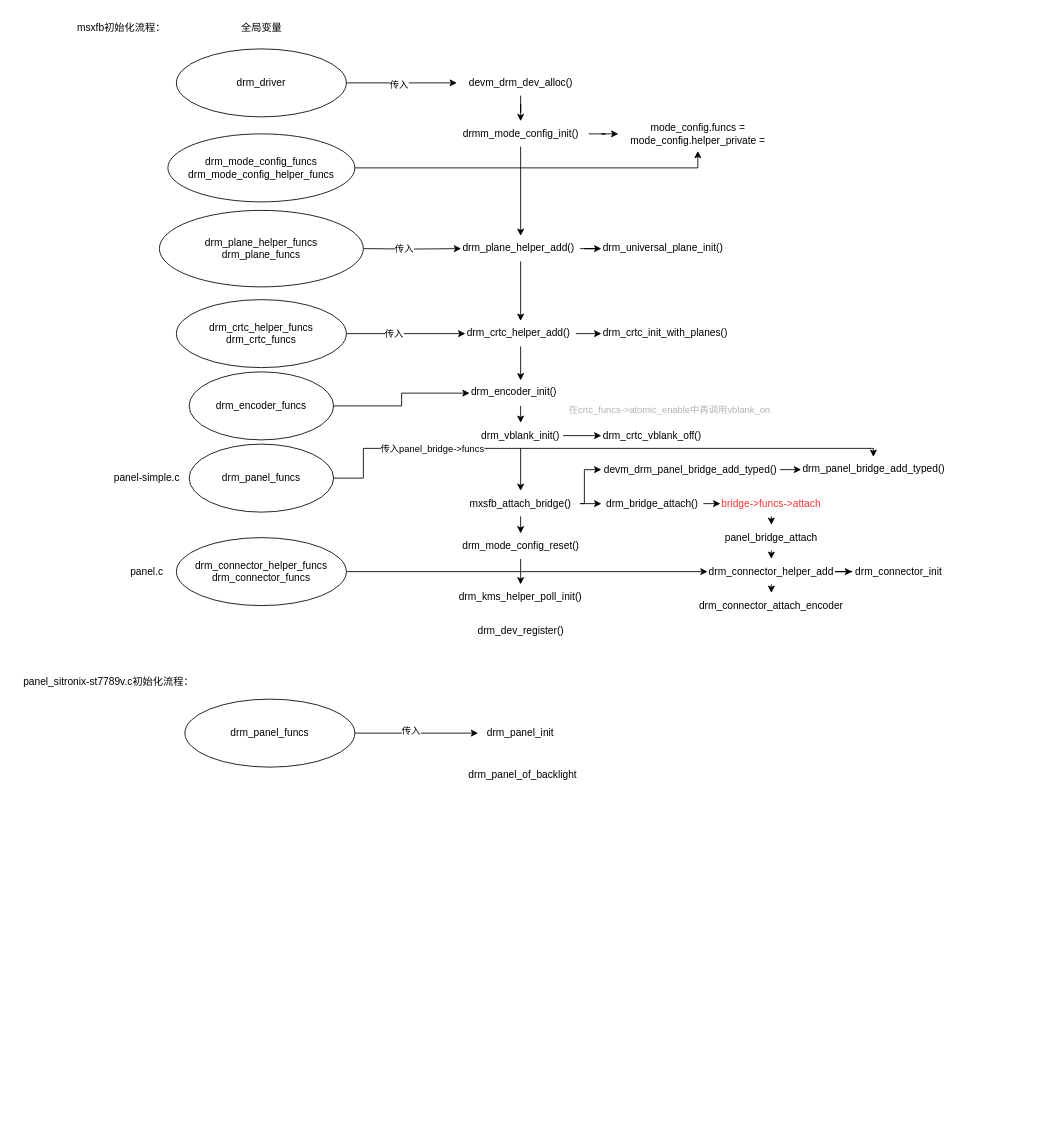
Before: drm_driver_init.drawio in YC-Xiang/draw.io, a draw.io diagram. Source tidied: cells renumbered, new cells numbered last; positions are measured from the earlier drawing's top-left corner, leaving out a move shared by most shapes. Both pictures are drawn from the tidied source at 85%, with x=0, y=0 at pixel (14, 14).
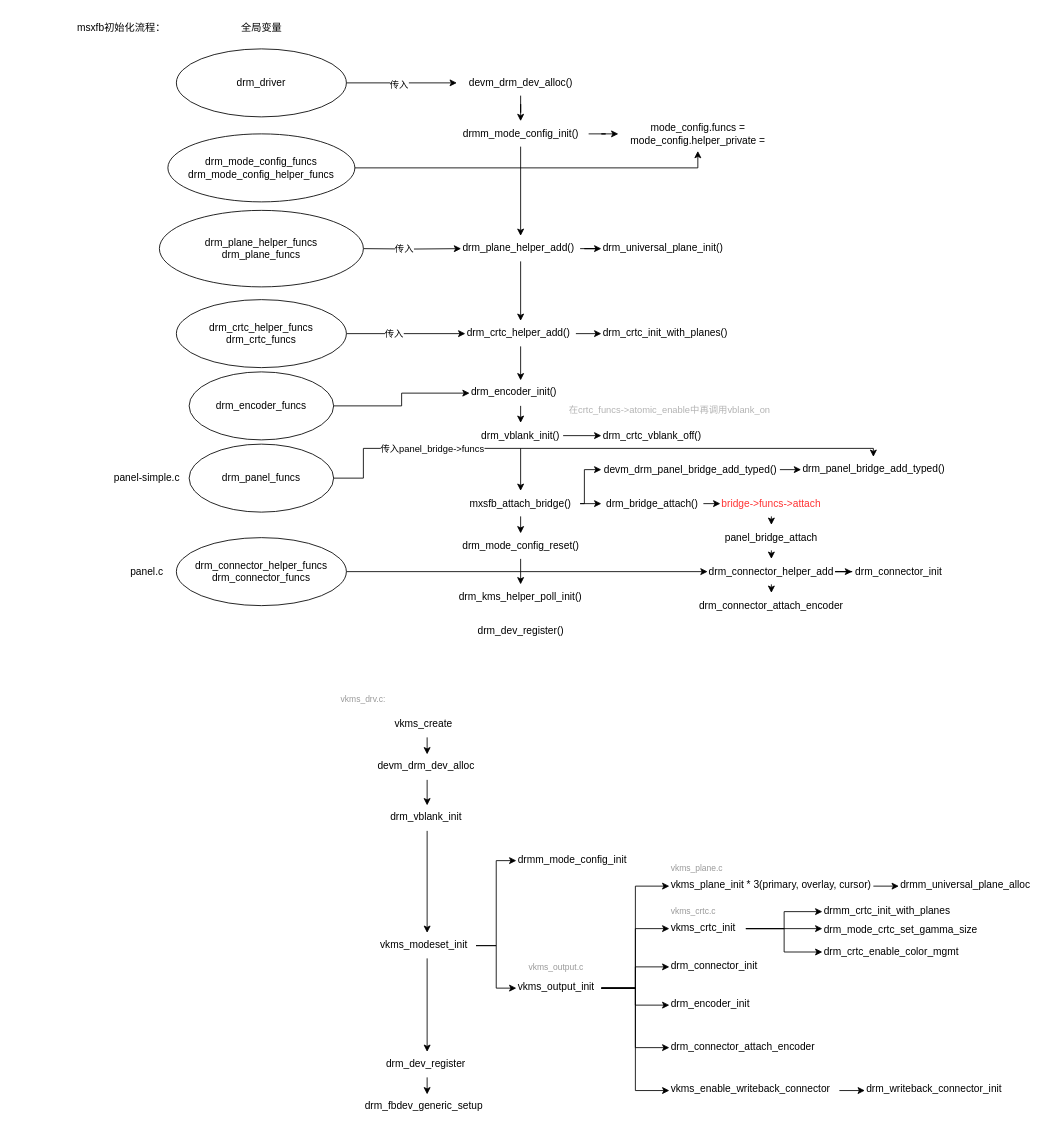
The same diagram, later.

The edit, as a diff of the source:
```diff
@@
-    <mxCell id="56" value="panel_sitronix-st7789v.c初始化流程：" style="text;html=1;align=center;verticalAlign=middle;strokeColor=none;fillColor=none;" parent="1" vertex="1">
-      <mxGeometry y="770" width="220" height="30" as="geometry" />
-    </mxCell>
-    <mxCell id="57" value="drm_panel_init" style="text;whiteSpace=wrap;html=1;align=center;verticalAlign=middle;" parent="1" vertex="1">
-      <mxGeometry x="545" y="830" width="100" height="30" as="geometry" />
-    </mxCell>
-    <mxCell id="58" value="drm_panel_of_backlight" style="text;whiteSpace=wrap;html=1;" parent="1" vertex="1">
-      <mxGeometry x="532" y="880" width="136" height="30" as="geometry" />
-    </mxCell>
-    <mxCell id="59" style="edgeStyle=orthogonalEdgeStyle;rounded=0;jettySize=auto;html=1;entryX=0;entryY=0.5;entryDx=0;entryDy=0;" parent="1" edge="1" source="61" target="57">
-      <mxGeometry relative="1" as="geometry" />
-    </mxCell>
-    <mxCell id="60" value="传入" style="edgeLabel;html=1;align=center;verticalAlign=middle;" parent="59" vertex="1">
-      <mxGeometry x="-0.11" y="3" relative="1" as="geometry" />
-    </mxCell>
-    <mxCell id="61" value="drm_panel_funcs&lt;div&gt;&lt;/div&gt;" style="ellipse;whiteSpace=wrap;html=1;" parent="1" vertex="1">
-      <mxGeometry x="200" y="805" width="200" height="80" as="geometry" />
-    </mxCell>
@@
+    <mxCell id="73" value="&lt;font color=&quot;#999999&quot; style=&quot;font-size: 10px;&quot;&gt;vkms_drv.c:&lt;/font&gt;" style="text;html=1;align=center;verticalAlign=middle;whiteSpace=wrap;rounded=0;" parent="1" vertex="1">
+      <mxGeometry x="380" y="790" width="60" height="30" as="geometry" />
+    </mxCell>
+    <mxCell id="74" style="edgeStyle=orthogonalEdgeStyle;rounded=0;jettySize=auto;html=1;exitX=0.5;exitY=1;exitDx=0;exitDy=0;entryX=0.5;entryY=0;entryDx=0;entryDy=0;" parent="1" edge="1" source="75" target="77">
+      <mxGeometry relative="1" as="geometry" />
+    </mxCell>
+    <mxCell id="75" value="vkms_create" style="text;whiteSpace=wrap;html=1;" parent="1" vertex="1">
+      <mxGeometry x="445" y="820" width="80" height="30" as="geometry" />
+    </mxCell>
+    <mxCell id="76" style="edgeStyle=orthogonalEdgeStyle;rounded=0;jettySize=auto;html=1;exitX=0.5;exitY=1;exitDx=0;exitDy=0;entryX=0.5;entryY=0;entryDx=0;entryDy=0;" parent="1" edge="1" source="77" target="79">
+      <mxGeometry relative="1" as="geometry" />
+    </mxCell>
+    <mxCell id="77" value="devm_drm_dev_alloc" style="text;whiteSpace=wrap;html=1;" parent="1" vertex="1">
+      <mxGeometry x="425" y="870" width="120" height="30" as="geometry" />
+    </mxCell>
+    <mxCell id="78" style="edgeStyle=orthogonalEdgeStyle;rounded=0;jettySize=auto;html=1;exitX=0.5;exitY=1;exitDx=0;exitDy=0;entryX=0.5;entryY=0;entryDx=0;entryDy=0;" parent="1" edge="1" source="79" target="83">
+      <mxGeometry relative="1" as="geometry" />
+    </mxCell>
+    <mxCell id="79" value="drm_vblank_init" style="text;whiteSpace=wrap;html=1;" parent="1" vertex="1">
+      <mxGeometry x="440" y="930" width="90" height="30" as="geometry" />
+    </mxCell>
+    <mxCell id="80" style="edgeStyle=orthogonalEdgeStyle;rounded=0;jettySize=auto;html=1;exitX=0.5;exitY=1;exitDx=0;exitDy=0;entryX=0.5;entryY=0;entryDx=0;entryDy=0;" parent="1" edge="1" source="83" target="85">
+      <mxGeometry relative="1" as="geometry" />
+    </mxCell>
+    <mxCell id="81" style="edgeStyle=orthogonalEdgeStyle;rounded=0;jettySize=auto;html=1;exitX=1;exitY=0.5;exitDx=0;exitDy=0;entryX=0;entryY=0.5;entryDx=0;entryDy=0;" parent="1" edge="1" source="83" target="87">
+      <mxGeometry relative="1" as="geometry" />
+    </mxCell>
+    <mxCell id="82" style="edgeStyle=orthogonalEdgeStyle;rounded=0;jettySize=auto;html=1;exitX=1;exitY=0.5;exitDx=0;exitDy=0;entryX=0;entryY=0.5;entryDx=0;entryDy=0;" parent="1" edge="1" source="83" target="94">
+      <mxGeometry relative="1" as="geometry" />
+    </mxCell>
+    <mxCell id="83" value="vkms_modeset_init" style="text;whiteSpace=wrap;html=1;" parent="1" vertex="1">
+      <mxGeometry x="427.5" y="1080" width="115" height="30" as="geometry" />
+    </mxCell>
+    <mxCell id="84" style="edgeStyle=orthogonalEdgeStyle;rounded=0;jettySize=auto;html=1;exitX=0.5;exitY=1;exitDx=0;exitDy=0;entryX=0.5;entryY=0;entryDx=0;entryDy=0;" parent="1" edge="1" source="85" target="86">
+      <mxGeometry relative="1" as="geometry" />
+    </mxCell>
+    <mxCell id="85" value="drm_dev_register" style="text;whiteSpace=wrap;html=1;" parent="1" vertex="1">
+      <mxGeometry x="435" y="1220" width="100" height="30" as="geometry" />
+    </mxCell>
+    <mxCell id="86" value="drm_fbdev_generic_setup" style="text;whiteSpace=wrap;html=1;" parent="1" vertex="1">
+      <mxGeometry x="410" y="1270" width="150" height="30" as="geometry" />
+    </mxCell>
+    <mxCell id="87" value="drmm_mode_config_init" style="text;whiteSpace=wrap;html=1;" parent="1" vertex="1">
+      <mxGeometry x="590" y="980" width="140" height="30" as="geometry" />
+    </mxCell>
+    <mxCell id="88" style="edgeStyle=orthogonalEdgeStyle;rounded=0;jettySize=auto;html=1;exitX=1;exitY=0.5;exitDx=0;exitDy=0;entryX=0;entryY=0.5;entryDx=0;entryDy=0;" parent="1" edge="1" source="94" target="97">
+      <mxGeometry relative="1" as="geometry" />
+    </mxCell>
+    <mxCell id="89" style="edgeStyle=orthogonalEdgeStyle;rounded=0;jettySize=auto;html=1;exitX=1;exitY=0.5;exitDx=0;exitDy=0;entryX=0;entryY=0.5;entryDx=0;entryDy=0;" parent="1" edge="1" source="94" target="103">
+      <mxGeometry relative="1" as="geometry" />
+    </mxCell>
+    <mxCell id="90" style="edgeStyle=orthogonalEdgeStyle;rounded=0;jettySize=auto;html=1;exitX=1;exitY=0.5;exitDx=0;exitDy=0;entryX=0;entryY=0.5;entryDx=0;entryDy=0;" parent="1" edge="1" source="94" target="102">
+      <mxGeometry relative="1" as="geometry" />
+    </mxCell>
+    <mxCell id="91" style="edgeStyle=orthogonalEdgeStyle;rounded=0;jettySize=auto;html=1;exitX=1;exitY=0.5;exitDx=0;exitDy=0;entryX=0;entryY=0.5;entryDx=0;entryDy=0;" parent="1" edge="1" source="94" target="104">
+      <mxGeometry relative="1" as="geometry" />
+    </mxCell>
+    <mxCell id="92" style="edgeStyle=orthogonalEdgeStyle;rounded=0;jettySize=auto;html=1;exitX=1;exitY=0.5;exitDx=0;exitDy=0;entryX=0;entryY=0.5;entryDx=0;entryDy=0;" parent="1" edge="1" source="94" target="105">
+      <mxGeometry relative="1" as="geometry" />
+    </mxCell>
+    <mxCell id="93" style="edgeStyle=orthogonalEdgeStyle;rounded=0;jettySize=auto;html=1;exitX=1;exitY=0.5;exitDx=0;exitDy=0;entryX=0;entryY=0.5;entryDx=0;entryDy=0;" parent="1" edge="1" source="94" target="107">
+      <mxGeometry relative="1" as="geometry" />
+    </mxCell>
+    <mxCell id="94" value="vkms_output_init" style="text;whiteSpace=wrap;html=1;" parent="1" vertex="1">
+      <mxGeometry x="590" y="1130" width="100" height="30" as="geometry" />
+    </mxCell>
+    <mxCell id="95" value="&lt;font color=&quot;#999999&quot; style=&quot;font-size: 10px;&quot;&gt;vkms_output.c&lt;/font&gt;" style="text;html=1;align=center;verticalAlign=middle;whiteSpace=wrap;rounded=0;" parent="1" vertex="1">
+      <mxGeometry x="584" y="1110" width="106" height="20" as="geometry" />
+    </mxCell>
+    <mxCell id="96" style="edgeStyle=orthogonalEdgeStyle;rounded=0;jettySize=auto;html=1;exitX=1;exitY=0.5;exitDx=0;exitDy=0;entryX=0;entryY=0.5;entryDx=0;entryDy=0;" parent="1" edge="1" source="97" target="112">
+      <mxGeometry relative="1" as="geometry" />
+    </mxCell>
+    <mxCell id="97" value="vkms_plane_init * 3(primary, overlay, cursor)" style="text;whiteSpace=wrap;html=1;" parent="1" vertex="1">
+      <mxGeometry x="770" y="1010" width="240" height="30" as="geometry" />
+    </mxCell>
+    <mxCell id="98" value="&lt;font color=&quot;#999999&quot; style=&quot;font-size: 10px;&quot;&gt;vkms_plane.c&lt;/font&gt;" style="text;whiteSpace=wrap;html=1;" parent="1" vertex="1">
+      <mxGeometry x="770" y="990" width="80" height="20" as="geometry" />
+    </mxCell>
+    <mxCell id="99" style="edgeStyle=orthogonalEdgeStyle;rounded=0;jettySize=auto;html=1;exitX=1;exitY=0.5;exitDx=0;exitDy=0;entryX=0;entryY=0.5;entryDx=0;entryDy=0;" parent="1" edge="1" source="102" target="109">
+      <mxGeometry relative="1" as="geometry" />
+    </mxCell>
+    <mxCell id="100" style="edgeStyle=orthogonalEdgeStyle;rounded=0;jettySize=auto;html=1;exitX=1;exitY=0.5;exitDx=0;exitDy=0;entryX=0;entryY=0.5;entryDx=0;entryDy=0;" parent="1" edge="1" source="102" target="110">
+      <mxGeometry relative="1" as="geometry" />
+    </mxCell>
+    <mxCell id="101" style="edgeStyle=orthogonalEdgeStyle;rounded=0;jettySize=auto;html=1;exitX=1;exitY=0.5;exitDx=0;exitDy=0;entryX=0;entryY=0.5;entryDx=0;entryDy=0;" parent="1" edge="1" source="102" target="111">
+      <mxGeometry relative="1" as="geometry" />
+    </mxCell>
+    <mxCell id="102" value="vkms_crtc_init" style="text;whiteSpace=wrap;html=1;" parent="1" vertex="1">
+      <mxGeometry x="770" y="1060" width="90" height="30" as="geometry" />
+    </mxCell>
+    <mxCell id="103" value="drm_connector_init" style="text;whiteSpace=wrap;html=1;" parent="1" vertex="1">
+      <mxGeometry x="770" y="1105" width="110" height="30" as="geometry" />
+    </mxCell>
+    <mxCell id="104" value="drm_encoder_init" style="text;whiteSpace=wrap;html=1;" parent="1" vertex="1">
+      <mxGeometry x="770" y="1150" width="105" height="30" as="geometry" />
+    </mxCell>
+    <mxCell id="105" value="drm_connector_attach_encoder" style="text;whiteSpace=wrap;html=1;" parent="1" vertex="1">
+      <mxGeometry x="770" y="1200" width="175" height="30" as="geometry" />
+    </mxCell>
+    <mxCell id="106" style="edgeStyle=orthogonalEdgeStyle;rounded=0;jettySize=auto;html=1;exitX=1;exitY=0.5;exitDx=0;exitDy=0;entryX=0;entryY=0.5;entryDx=0;entryDy=0;" parent="1" edge="1" source="107" target="113">
+      <mxGeometry relative="1" as="geometry" />
+    </mxCell>
+    <mxCell id="107" value="vkms_enable_writeback_connector" style="text;whiteSpace=wrap;html=1;" parent="1" vertex="1">
+      <mxGeometry x="770" y="1250" width="200" height="31" as="geometry" />
+    </mxCell>
+    <mxCell id="108" value="&lt;font color=&quot;#999999&quot; style=&quot;font-size: 10px;&quot;&gt;vkms_crtc.c&lt;/font&gt;" style="text;whiteSpace=wrap;html=1;" parent="1" vertex="1">
+      <mxGeometry x="770" y="1040" width="80" height="20" as="geometry" />
+    </mxCell>
+    <mxCell id="109" value="drmm_crtc_init_with_planes" style="text;whiteSpace=wrap;html=1;" parent="1" vertex="1">
+      <mxGeometry x="950" y="1040" width="160" height="30" as="geometry" />
+    </mxCell>
+    <mxCell id="110" value="drm_mode_crtc_set_gamma_size" style="text;whiteSpace=wrap;html=1;" parent="1" vertex="1">
+      <mxGeometry x="950" y="1062.5" width="190" height="25" as="geometry" />
+    </mxCell>
+    <mxCell id="111" value="drm_crtc_enable_color_mgmt" style="text;whiteSpace=wrap;html=1;" parent="1" vertex="1">
+      <mxGeometry x="950" y="1087.5" width="170" height="30" as="geometry" />
+    </mxCell>
+    <mxCell id="112" value="drmm_universal_plane_alloc" style="text;whiteSpace=wrap;html=1;" parent="1" vertex="1">
+      <mxGeometry x="1040" y="1010" width="160" height="30" as="geometry" />
+    </mxCell>
+    <mxCell id="113" value="drm_writeback_connector_init" style="text;whiteSpace=wrap;html=1;" parent="1" vertex="1">
+      <mxGeometry x="1000" y="1250" width="170" height="30" as="geometry" />
+    </mxCell>
```
